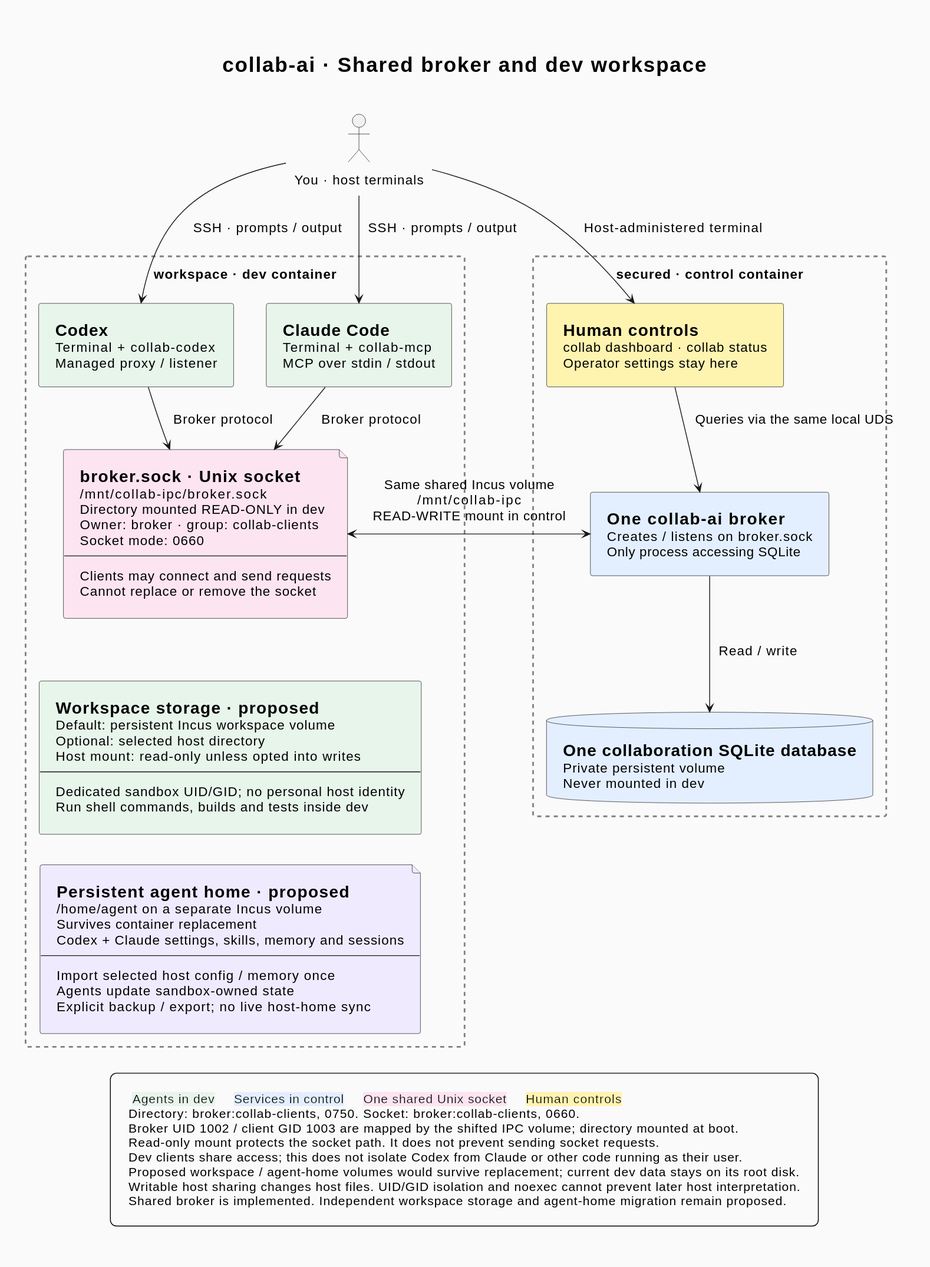
The PlantUML diagram docs/assets/architecture.svg in makarski/collab-ai, before a commit. Its source is kept beside it as docs/assets/architecture.puml.
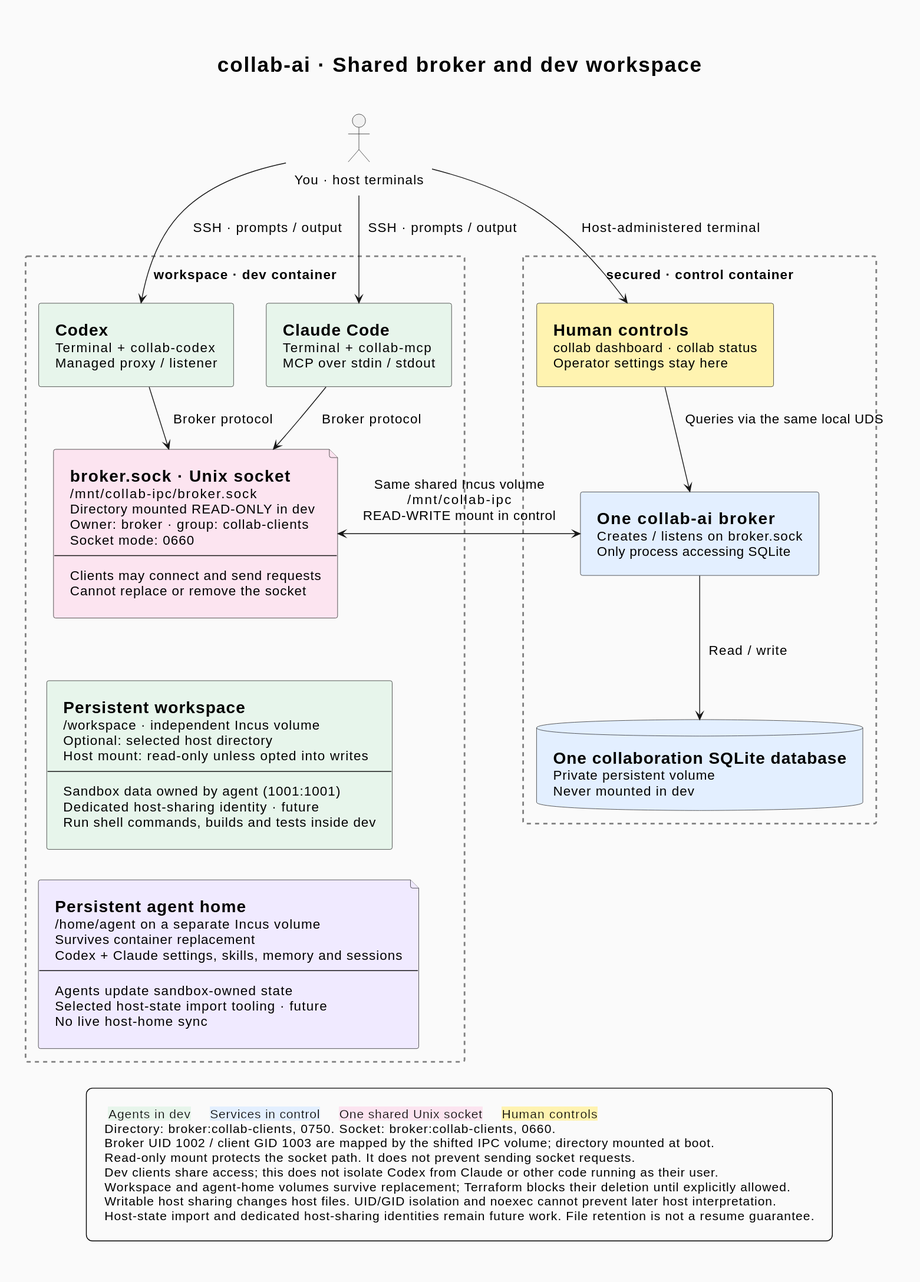
The same file after the commit.

The edit, as a diff of the source:
```diff
@@ -52,8 +52,8 @@
 rectangle "workspace · dev container" as Dev {
     component "=Codex\nTerminal + collab-codex\nManaged proxy / listener" as Codex <<Dev>>
     component "=Claude Code\nTerminal + collab-mcp\nMCP over stdin / stdout" as Claude <<Dev>>
-    component "=Workspace storage · proposed\nDefault: persistent Incus workspace volume\nOptional: selected host directory\nHost mount: read-only unless opted into writes\n--\nDedicated sandbox UID/GID; no personal host identity\nRun shell commands, builds and tests inside dev" as Project <<Dev>>
-    file "=Persistent agent home · proposed\n/home/agent on a separate Incus volume\nSurvives container replacement\nCodex + Claude settings, skills, memory and sessions\n--\nImport selected host config / memory once\nAgents update sandbox-owned state\nExplicit backup / export; no live host-home sync" as AgentHome <<Storage>>
+    component "=Persistent workspace\n/workspace · independent Incus volume\nOptional: selected host directory\nHost mount: read-only unless opted into writes\n--\nSandbox data owned by agent (1001:1001)\nDedicated host-sharing identity · future\nRun shell commands, builds and tests inside dev" as Project <<Dev>>
+    file "=Persistent agent home\n/home/agent on a separate Incus volume\nSurvives container replacement\nCodex + Claude settings, skills, memory and sessions\n--\nAgents update sandbox-owned state\nSelected host-state import tooling · future\nNo live host-home sync" as AgentHome <<Storage>>
     file "=broker.sock · Unix socket\n/mnt/collab-ipc/broker.sock\nDirectory mounted READ-ONLY in dev\nOwner: broker · group: collab-clients\nSocket mode: 0660\n--\nClients may connect and send requests\nCannot replace or remove the socket" as Socket <<Socket>>
 }
 
@@ -82,9 +82,9 @@
     Broker UID 1002 / client GID 1003 are mapped by the shifted IPC volume; directory mounted at boot.
     Read-only mount protects the socket path. It does not prevent sending socket requests.
     Dev clients share access; this does not isolate Codex from Claude or other code running as their user.
-    Proposed workspace / agent-home volumes would survive replacement; current dev data stays on its root disk.
+    Workspace and agent-home volumes survive replacement; Terraform blocks their deletion until explicitly allowed.
     Writable host sharing changes host files. UID/GID isolation and noexec cannot prevent later host interpretation.
-    Shared broker is implemented. Independent workspace storage and agent-home migration remain proposed.
+    Host-state import and dedicated host-sharing identities remain future work. File retention is not a resume guarantee.
 endlegend
 
 @enduml
```
